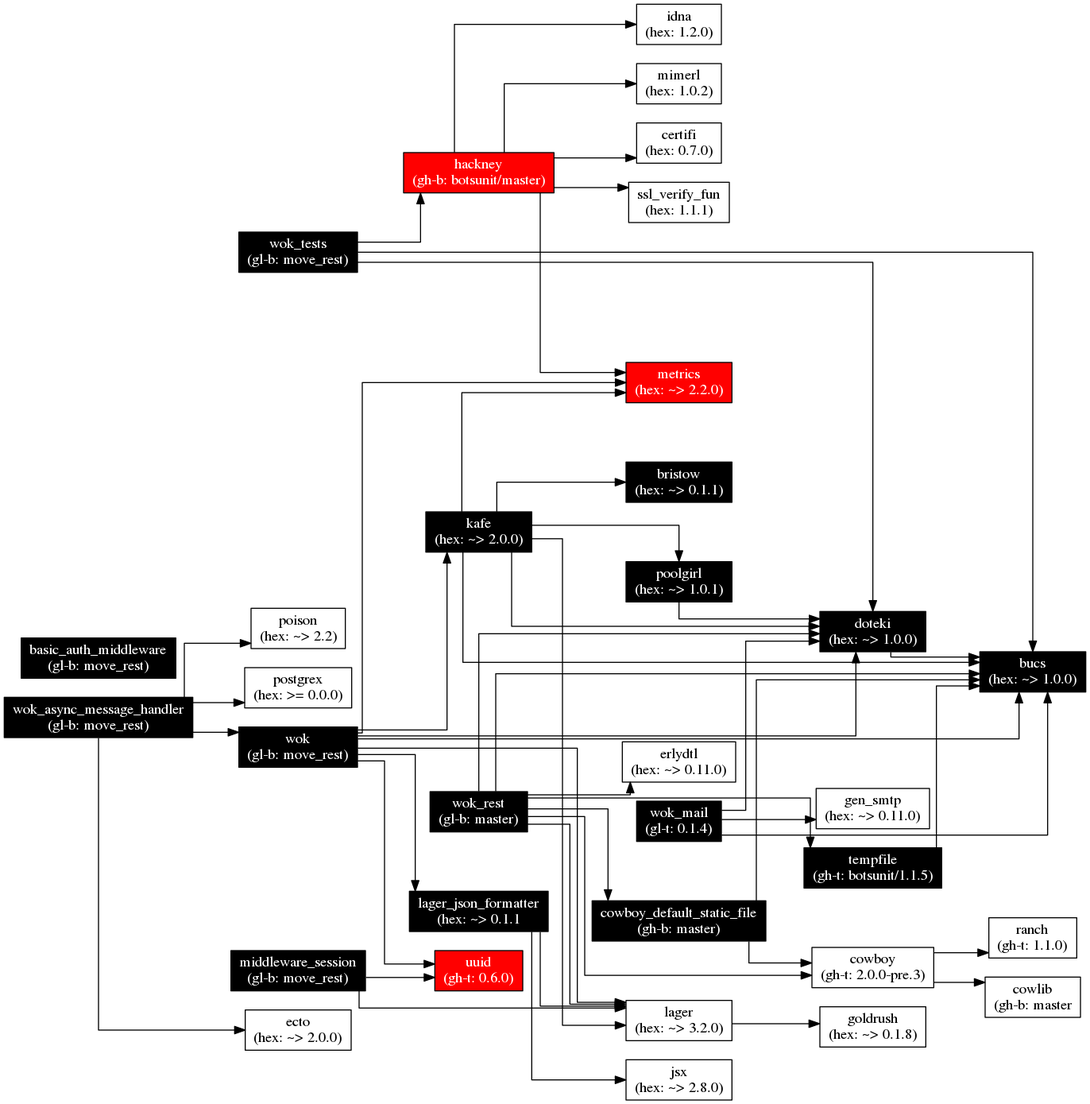
Before: images/wok.deps.png, a diagram exported from Graphviz (botsunit/wok). Its source is kept beside it as images/wok.deps.gv.
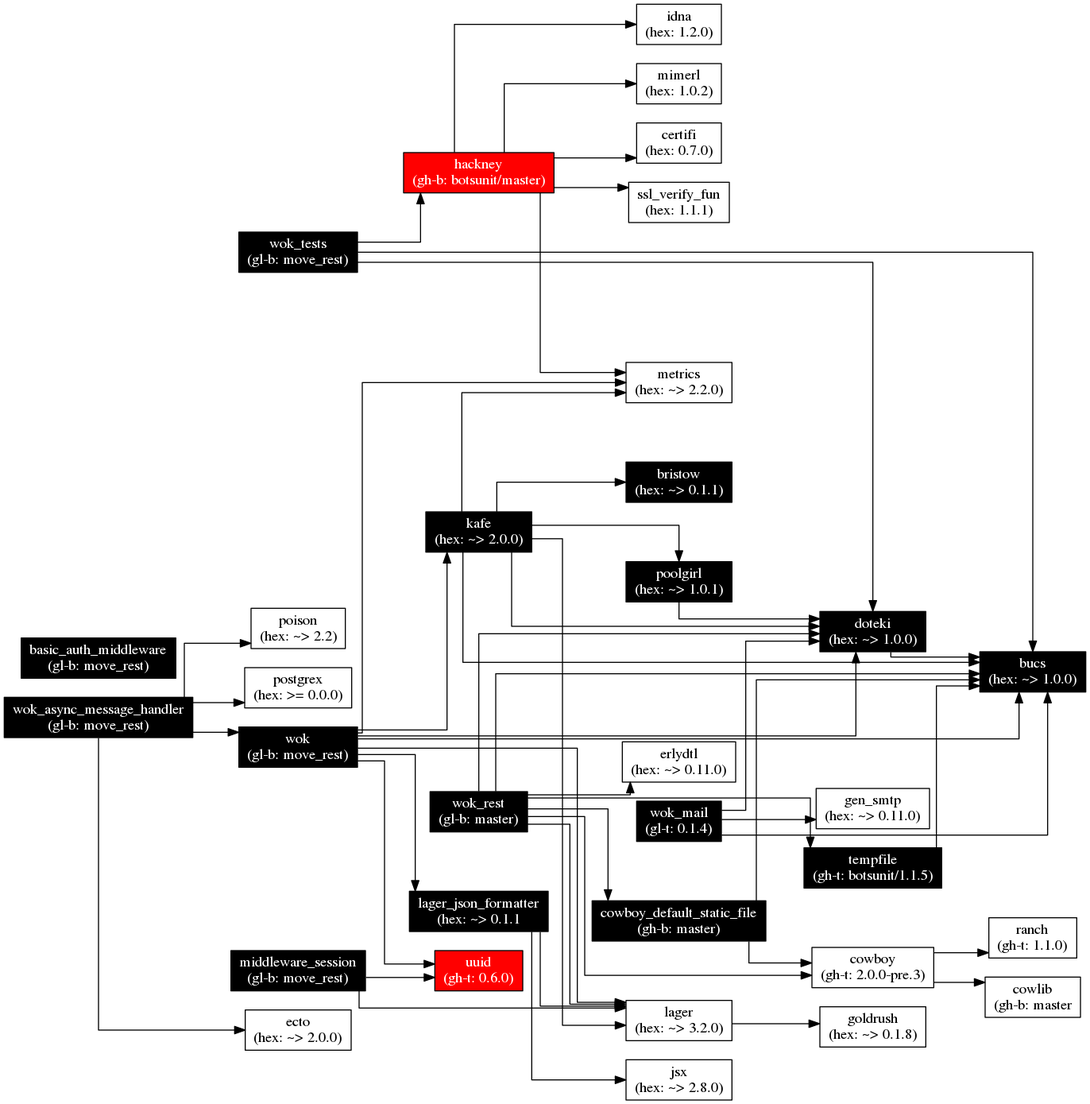
The same file after the commit.

Commit message:
Bump kafe and metrics

The edit, as a diff of the source:
```diff
@@ -31,10 +31,7 @@
        fontcolor="white",
        style="filled",
        fillcolor="red"];
-  metrics[label="metrics\n(hex: ~> 2.2.0)",
-          fontcolor="white",
-          style="filled",
-          fillcolor="red"];
+  metrics[label="metrics\n(hex: ~> 2.2.0)"];
   goldrush[label="goldrush\n(hex: ~> 0.1.8)"];
   jsx[label="jsx\n(hex: ~> 2.8.0)"];
   poolgirl[label="poolgirl\n(hex: ~> 1.0.1)",
```
